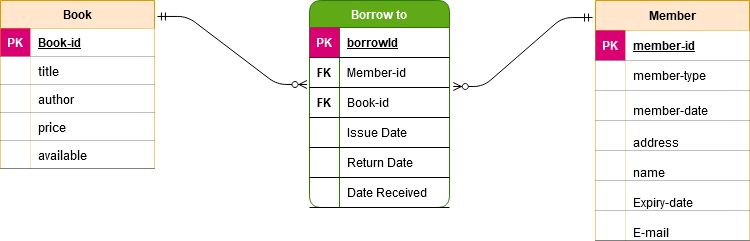
shahin-servati/card-with-Redux keeps this draw.io diagram as library ERD.png. Above is the earlier version. Source tidied: cells renumbered, new cells last; positions are measured from the earlier drawing's top-left corner, leaving out a move shared by most shapes.
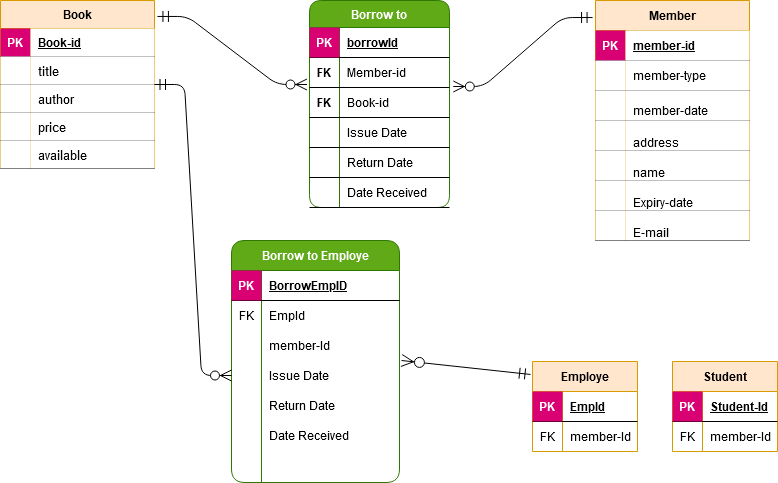
The same file after the commit.

Diff of the diagram source:
```diff
@@ -173,11 +173,116 @@
     <mxCell id="58" value="Date Received" style="shape=partialRectangle;fillColor=none;top=0;left=0;bottom=0;right=0;align=left;spacingLeft=6;fontStyle=0;overflow=hidden;verticalAlign=middle;" parent="56" vertex="1">
       <mxGeometry x="30" width="110" height="30" as="geometry" />
     </mxCell>
-    <mxCell id="59" style="edgeStyle=entityRelationEdgeStyle;fontSize=12;html=1;endArrow=ERzeroToMany;startArrow=ERmandOne;exitX=1.019;exitY=0.095;exitDx=0;exitDy=0;entryX=-0.018;entryY=0.9;entryDx=0;entryDy=0;entryPerimeter=0;exitPerimeter=0;" parent="1" edge="1" source="2" target="44">
+    <mxCell id="59" style="edgeStyle=entityRelationEdgeStyle;fontSize=12;html=1;endArrow=ERzeroToMany;startArrow=ERmandOne;exitX=1.019;exitY=0.095;exitDx=0;exitDy=0;entryX=-0.018;entryY=0.9;entryDx=0;entryDy=0;entryPerimeter=0;exitPerimeter=0;endSize=9;startSize=9;" parent="1" edge="1" source="2" target="44">
       <mxGeometry relative="1" as="geometry" />
     </mxCell>
-    <mxCell id="60" style="edgeStyle=entityRelationEdgeStyle;fontSize=15;html=1;endArrow=ERzeroToMany;startArrow=ERmandOne;entryX=1.027;entryY=-0.033;entryDx=0;entryDy=0;entryPerimeter=0;exitX=-0.019;exitY=0.071;exitDx=0;exitDy=0;exitPerimeter=0;jumpSize=6;strokeWidth=1;" parent="1" edge="1" source="18" target="47">
+    <mxCell id="60" style="edgeStyle=entityRelationEdgeStyle;fontSize=15;html=1;endArrow=ERzeroToMany;startArrow=ERmandOne;entryX=1.027;entryY=-0.033;entryDx=0;entryDy=0;entryPerimeter=0;exitX=-0.019;exitY=0.071;exitDx=0;exitDy=0;exitPerimeter=0;jumpSize=6;strokeWidth=1;endSize=9;startSize=9;" parent="1" edge="1" source="18" target="47">
       <mxGeometry x="0.6" relative="1" as="geometry" />
     </mxCell>
+    <mxCell id="61" value="Employe" style="shape=table;startSize=30;rowLines=0;fontStyle=1;align=center;fillColor=#ffe6cc;strokeColor=#d79b00;" parent="1" vertex="1">
+      <mxGeometry x="532" y="361" width="105" height="90" as="geometry" />
+    </mxCell>
+    <mxCell id="62" style="shape=partialRectangle;fillColor=none;top=0;left=0;bottom=1;right=0;" parent="61" vertex="1">
+      <mxGeometry y="30" width="105" height="30" as="geometry" />
+    </mxCell>
+    <mxCell id="63" value="PK" style="shape=partialRectangle;fillColor=#d80073;top=0;left=0;bottom=0;right=0;fontStyle=1;overflow=hidden;strokeColor=#A50040;fontColor=#ffffff;" parent="62" vertex="1">
+      <mxGeometry width="30" height="30" as="geometry" />
+    </mxCell>
+    <mxCell id="64" value="Empld" style="shape=partialRectangle;fillColor=none;top=0;left=0;bottom=0;right=0;align=left;spacingLeft=6;fontStyle=5;overflow=hidden;" parent="62" vertex="1">
+      <mxGeometry x="30" width="75" height="30" as="geometry" />
+    </mxCell>
+    <mxCell id="65" style="shape=partialRectangle;fillColor=none;top=0;left=0;bottom=0;right=0;" parent="61" vertex="1">
+      <mxGeometry y="60" width="105" height="30" as="geometry" />
+    </mxCell>
+    <mxCell id="66" value="FK" style="shape=partialRectangle;fillColor=none;top=0;left=0;bottom=0;right=0;overflow=hidden;" parent="65" vertex="1">
+      <mxGeometry width="30" height="30" as="geometry" />
+    </mxCell>
+    <mxCell id="67" value="member-Id" style="shape=partialRectangle;fillColor=none;top=0;left=0;bottom=0;right=0;align=left;spacingLeft=6;overflow=hidden;" parent="65" vertex="1">
+      <mxGeometry x="30" width="75" height="30" as="geometry" />
+    </mxCell>
+    <mxCell id="68" value="Student" style="shape=table;startSize=30;rowLines=0;fontStyle=1;align=center;fillColor=#ffe6cc;strokeColor=#d79b00;" parent="1" vertex="1">
+      <mxGeometry x="672" y="361" width="105" height="90" as="geometry" />
+    </mxCell>
+    <mxCell id="69" style="shape=partialRectangle;fillColor=none;top=0;left=0;bottom=1;right=0;" parent="68" vertex="1">
+      <mxGeometry y="30" width="105" height="30" as="geometry" />
+    </mxCell>
+    <mxCell id="70" value="PK" style="shape=partialRectangle;fillColor=#d80073;top=0;left=0;bottom=0;right=0;fontStyle=1;overflow=hidden;strokeColor=#A50040;fontColor=#ffffff;" parent="69" vertex="1">
+      <mxGeometry width="30" height="30" as="geometry" />
+    </mxCell>
+    <mxCell id="71" value="Student-Id" style="shape=partialRectangle;fillColor=none;top=0;left=0;bottom=0;right=0;align=left;spacingLeft=6;fontStyle=5;overflow=hidden;" parent="69" vertex="1">
+      <mxGeometry x="30" width="75" height="30" as="geometry" />
+    </mxCell>
+    <mxCell id="72" style="shape=partialRectangle;fillColor=none;top=0;left=0;bottom=0;right=0;" parent="68" vertex="1">
+      <mxGeometry y="60" width="105" height="30" as="geometry" />
+    </mxCell>
+    <mxCell id="73" value="FK" style="shape=partialRectangle;fillColor=none;top=0;left=0;bottom=0;right=0;overflow=hidden;" parent="72" vertex="1">
+      <mxGeometry width="30" height="30" as="geometry" />
+    </mxCell>
+    <mxCell id="74" value="member-Id" style="shape=partialRectangle;fillColor=none;top=0;left=0;bottom=0;right=0;align=left;spacingLeft=6;overflow=hidden;" parent="72" vertex="1">
+      <mxGeometry x="30" width="75" height="30" as="geometry" />
+    </mxCell>
+    <mxCell id="75" value="Borrow to Employe" style="shape=table;startSize=30;rowLines=0;fontStyle=1;align=center;fillColor=#60a917;rounded=1;sketch=0;strokeColor=#2D7600;fontColor=#ffffff;" parent="1" vertex="1">
+      <mxGeometry x="231" y="240" width="168" height="242" as="geometry" />
+    </mxCell>
+    <mxCell id="76" style="shape=partialRectangle;fillColor=none;top=0;left=0;bottom=1;right=0;" parent="75" vertex="1">
+      <mxGeometry y="30" width="168" height="30" as="geometry" />
+    </mxCell>
+    <mxCell id="77" value="PK" style="shape=partialRectangle;fillColor=#d80073;top=0;left=0;bottom=0;right=0;fontStyle=1;overflow=hidden;strokeColor=#A50040;fontColor=#ffffff;" parent="76" vertex="1">
+      <mxGeometry width="30" height="30" as="geometry" />
+    </mxCell>
+    <mxCell id="78" value="BorrowEmpID" style="shape=partialRectangle;fillColor=none;top=0;left=0;bottom=0;right=0;align=left;spacingLeft=6;fontStyle=5;overflow=hidden;" parent="76" vertex="1">
+      <mxGeometry x="30" width="138" height="30" as="geometry" />
+    </mxCell>
+    <mxCell id="79" style="shape=partialRectangle;fillColor=none;top=0;left=0;bottom=0;right=0;" parent="75" vertex="1">
+      <mxGeometry y="60" width="168" height="30" as="geometry" />
+    </mxCell>
+    <mxCell id="80" value="FK" style="shape=partialRectangle;fillColor=none;top=0;left=0;bottom=0;right=0;overflow=hidden;" parent="79" vertex="1">
+      <mxGeometry width="30" height="30" as="geometry" />
+    </mxCell>
+    <mxCell id="81" value="EmpId" style="shape=partialRectangle;fillColor=none;top=0;left=0;bottom=0;right=0;align=left;spacingLeft=6;overflow=hidden;" parent="79" vertex="1">
+      <mxGeometry x="30" width="138" height="30" as="geometry" />
+    </mxCell>
+    <mxCell id="82" style="shape=partialRectangle;fillColor=none;top=0;left=0;bottom=0;right=0;" parent="75" vertex="1">
+      <mxGeometry y="90" width="168" height="30" as="geometry" />
+    </mxCell>
+    <mxCell id="83" style="shape=partialRectangle;fillColor=none;top=0;left=0;bottom=0;right=0;overflow=hidden;" parent="82" vertex="1">
+      <mxGeometry width="30" height="30" as="geometry" />
+    </mxCell>
+    <mxCell id="84" value="member-Id" style="shape=partialRectangle;fillColor=none;top=0;left=0;bottom=0;right=0;align=left;spacingLeft=6;overflow=hidden;" parent="82" vertex="1">
+      <mxGeometry x="30" width="138" height="30" as="geometry" />
+    </mxCell>
+    <mxCell id="85" style="shape=partialRectangle;fillColor=none;top=0;left=0;bottom=0;right=0;points=[[0,0.5],[1,0.5]];portConstraint=eastwest;" parent="75" vertex="1">
+      <mxGeometry y="120" width="168" height="30" as="geometry" />
+    </mxCell>
+    <mxCell id="86" style="shape=partialRectangle;fillColor=none;top=0;left=0;bottom=0;right=0;overflow=hidden;" parent="85" vertex="1">
+      <mxGeometry width="30" height="30" as="geometry" />
+    </mxCell>
+    <mxCell id="87" value="Issue Date" style="shape=partialRectangle;fillColor=none;top=0;left=0;bottom=0;right=0;align=left;spacingLeft=6;overflow=hidden;" parent="85" vertex="1">
+      <mxGeometry x="30" width="138" height="30" as="geometry" />
+    </mxCell>
+    <mxCell id="88" style="shape=partialRectangle;fillColor=none;top=0;left=0;bottom=0;right=0;" parent="75" vertex="1">
+      <mxGeometry y="150" width="168" height="30" as="geometry" />
+    </mxCell>
+    <mxCell id="89" style="shape=partialRectangle;fillColor=none;top=0;left=0;bottom=0;right=0;overflow=hidden;" parent="88" vertex="1">
+      <mxGeometry width="30" height="30" as="geometry" />
+    </mxCell>
+    <mxCell id="90" value="Return Date" style="shape=partialRectangle;fillColor=none;top=0;left=0;bottom=0;right=0;align=left;spacingLeft=6;overflow=hidden;" parent="88" vertex="1">
+      <mxGeometry x="30" width="138" height="30" as="geometry" />
+    </mxCell>
+    <mxCell id="91" style="shape=partialRectangle;fillColor=none;top=0;left=0;bottom=0;right=0;" parent="75" vertex="1">
+      <mxGeometry y="180" width="168" height="30" as="geometry" />
+    </mxCell>
+    <mxCell id="92" style="shape=partialRectangle;fillColor=none;top=0;left=0;bottom=0;right=0;overflow=hidden;" parent="91" vertex="1">
+      <mxGeometry width="30" height="30" as="geometry" />
+    </mxCell>
+    <mxCell id="93" value="Date Received" style="shape=partialRectangle;fillColor=none;top=0;left=0;bottom=0;right=0;align=left;spacingLeft=6;overflow=hidden;" parent="91" vertex="1">
+      <mxGeometry x="30" width="138" height="30" as="geometry" />
+    </mxCell>
+    <mxCell id="94" style="edgeStyle=entityRelationEdgeStyle;fontSize=12;html=1;endArrow=ERzeroToMany;startArrow=ERmandOne;entryX=0;entryY=0.5;entryDx=0;entryDy=0;exitX=1;exitY=0.5;exitDx=0;exitDy=0;endSize=9;startSize=9;" parent="1" edge="1" source="2" target="85">
+      <mxGeometry relative="1" as="geometry" />
+    </mxCell>
+    <mxCell id="95" style="fontSize=12;html=1;endArrow=ERzeroToMany;startArrow=ERmandOne;entryX=1.012;entryY=0;entryDx=0;entryDy=0;entryPerimeter=0;exitX=-0.019;exitY=0.144;exitDx=0;exitDy=0;exitPerimeter=0;endSize=10;startSize=9;" parent="1" edge="1" source="61" target="85">
+      <mxGeometry relative="1" as="geometry" />
+    </mxCell>
   </root>
 </mxGraphModel>
```
